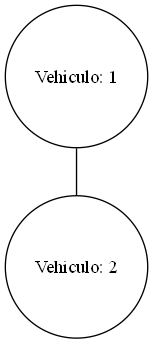
The Graphviz diagram Fase 3/AutoGestPro/Reportes/GrafoNoDirigido.png in JavierVelasquez39/-EDD-1S2025_202307775, before a commit. Its source is kept beside it as Fase 3/AutoGestPro/Reportes/GrafoNoDirigido.dot.
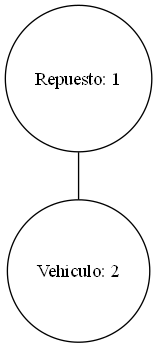
After the commit.

What changed in the source:
```diff
@@ -1,6 +1,6 @@
 graph GrafoNoDirigido {
 node [shape=circle];
-"1" [label="Vehiculo: 1"];
+"2" [label="Vehiculo: 2"];
+"1" [label="Repuesto: 1"];
 "1" -- "2";
-"2" [label="Vehiculo: 2"];
 }
```
